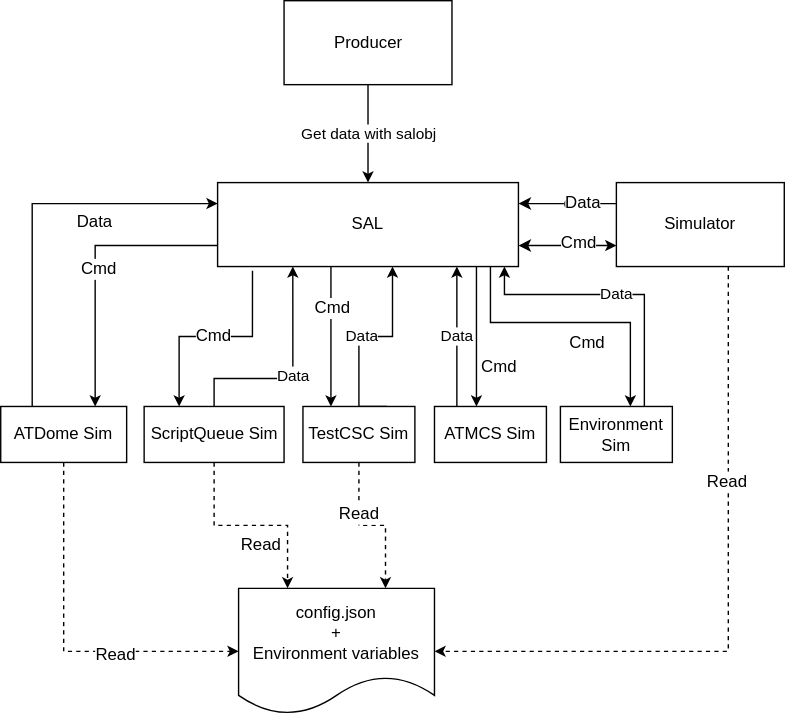
lsst-ts/LOVE-simulator keeps this draw.io diagram as docsrc/source/assets/Overview.svg. Above is the earlier version. Source tidied: cells renumbered, new cells last; positions are measured from the earlier drawing's top-left corner, leaving out a move shared by most shapes.
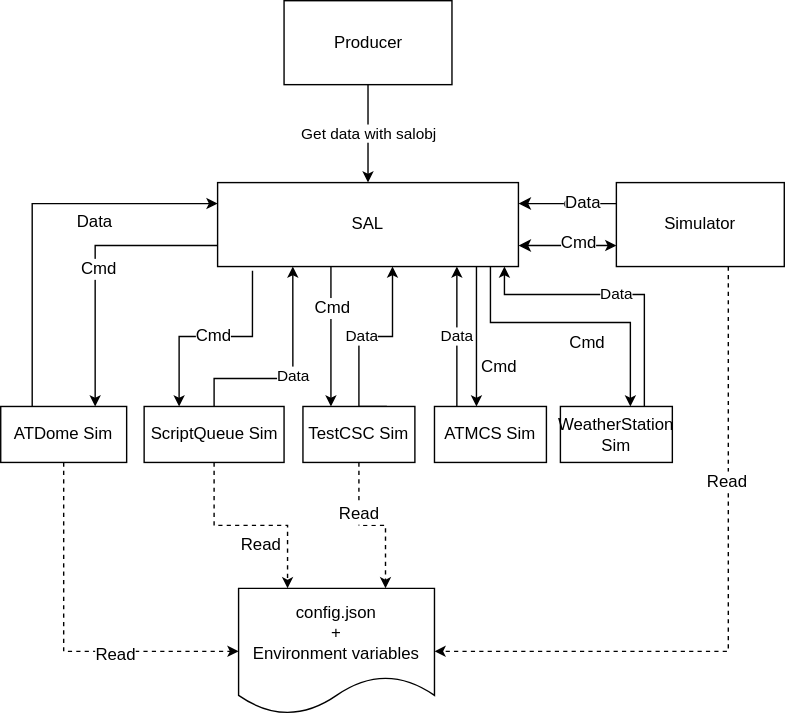
After the change.

Diff of the diagram source:
```diff
@@ -114,7 +114,7 @@
     <mxCell id="31" value="Read" style="text;html=1;align=left;verticalAlign=top;spacingTop=-4;" parent="1" vertex="1">
       <mxGeometry x="170" y="379" width="40" height="20" as="geometry" />
     </mxCell>
-    <mxCell id="32" value="Environment Sim" style="rounded=0;whiteSpace=wrap;html=1;" parent="1" vertex="1">
+    <mxCell id="32" value="WeatherStation Sim" style="rounded=0;whiteSpace=wrap;html=1;" parent="1" vertex="1">
       <mxGeometry x="400" y="290" width="80" height="40" as="geometry" />
     </mxCell>
     <mxCell id="33" value="ATMCS Sim" style="rounded=0;whiteSpace=wrap;html=1;" parent="1" vertex="1">
```
